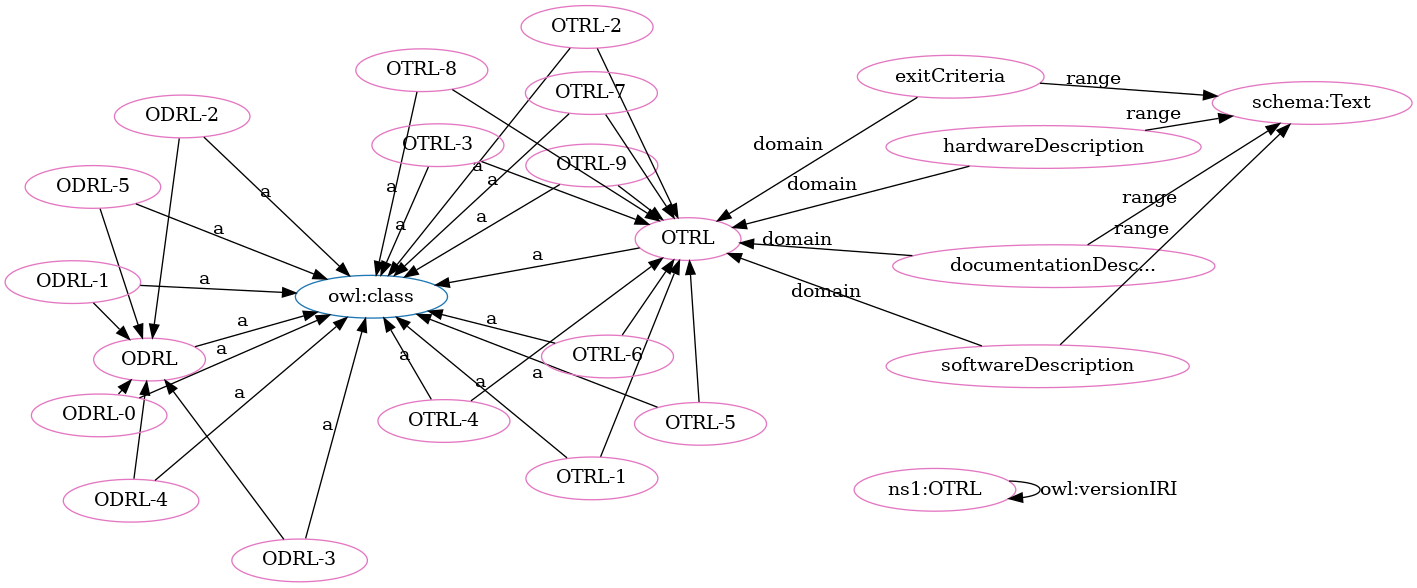
Earlier version of the Graphviz export OTRL-clean.png (OPEN-NEXT/OKH-LOSH). Its source is kept beside it as OTRL-clean.dot.
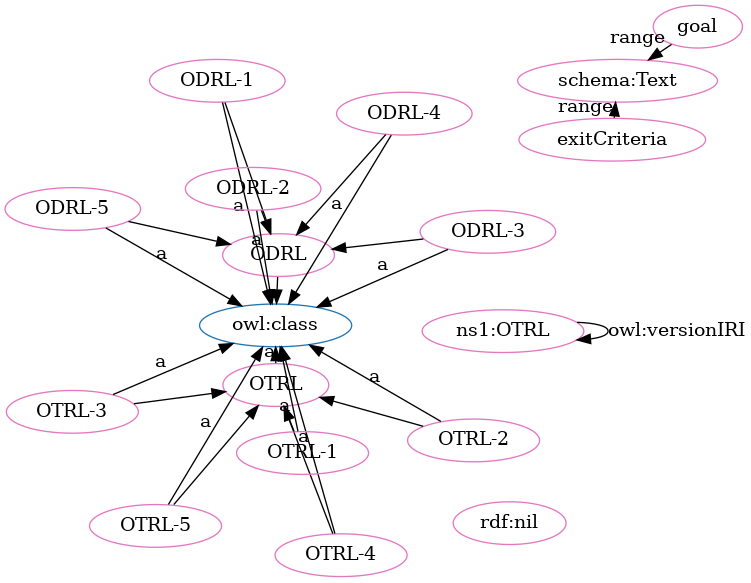
The same diagram one commit later.

What changed in the source:
```diff
@@ -1,71 +1,49 @@
 digraph G {
   rankdir=BT
   node[height=.3]
+"http://www.w3.org/2002/07/owl#class" [fillcolor="#1f77b4" color="#1f77b4" label="owl:class"]
 "http://purl.org/oseg/ontologies/OTRL#ODRL" [fillcolor="#1f77b4" color="#1f77b4" label="ODRL"]
-"http://www.w3.org/2002/07/owl#class" [fillcolor="#1f77b4" color="#1f77b4" label="owl:class"]
 "http://purl.org/oseg/ontologies/OTRL#OTRL" [fillcolor="#1f77b4" color="#1f77b4" label="OTRL"]
-"http://purl.org/oseg/ontologies/OTRL#OTRL-9" [fillcolor="#e377c2" color="#e377c2" label="OTRL-9"]
-"http://purl.org/oseg/ontologies/OTRL#OTRL-8" [fillcolor="#e377c2" color="#e377c2" label="OTRL-8"]
+"http://schema.org/Text" [fillcolor="#e377c2" color="#e377c2" label="schema:Text"]
 "http://purl.org/oseg/ontologies/OTRL#OTRL" [fillcolor="#e377c2" color="#e377c2" label="OTRL"]
+"http://purl.org/oseg/ontologies/OTRL#ODRL" [fillcolor="#e377c2" color="#e377c2" label="ODRL"]
+"http://purl.org/oseg/ontologies/OTRL#goal" [fillcolor="#e377c2" color="#e377c2" label="goal"]
+"http://purl.org/oseg/ontologies/OTRL#ODRL-1" [fillcolor="#e377c2" color="#e377c2" label="ODRL-1"]
+"http://purl.org/oseg/ontologies/OTRL" [fillcolor="#e377c2" color="#e377c2" label="ns1:OTRL"]
+"http://purl.org/oseg/ontologies/OTRL#OTRL-2" [fillcolor="#e377c2" color="#e377c2" label="OTRL-2"]
+"http://purl.org/oseg/ontologies/OTRL#ODRL-2" [fillcolor="#e377c2" color="#e377c2" label="ODRL-2"]
+"http://purl.org/oseg/ontologies/OTRL#OTRL-5" [fillcolor="#e377c2" color="#e377c2" label="OTRL-5"]
+"http://www.w3.org/1999/02/22-rdf-syntax-ns#nil" [fillcolor="#e377c2" color="#e377c2" label="rdf:nil"]
 "http://purl.org/oseg/ontologies/OTRL#OTRL-4" [fillcolor="#e377c2" color="#e377c2" label="OTRL-4"]
-"http://schema.org/Text" [fillcolor="#e377c2" color="#e377c2" label="schema:Text"]
-"http://purl.org/oseg/ontologies/OTRL#hardwareDescription" [fillcolor="#e377c2" color="#e377c2" label="hardwareDescription"]
-"http://purl.org/oseg/ontologies/OTRL" [fillcolor="#e377c2" color="#e377c2" label="ns1:OTRL"]
-"http://purl.org/oseg/ontologies/OTRL#ODRL" [fillcolor="#e377c2" color="#e377c2" label="ODRL"]
 "http://purl.org/oseg/ontologies/OTRL#ODRL-5" [fillcolor="#e377c2" color="#e377c2" label="ODRL-5"]
+"http://purl.org/oseg/ontologies/OTRL#OTRL-1" [fillcolor="#e377c2" color="#e377c2" label="OTRL-1"]
 "http://purl.org/oseg/ontologies/OTRL#ODRL-3" [fillcolor="#e377c2" color="#e377c2" label="ODRL-3"]
-"http://purl.org/oseg/ontologies/OTRL#documentationDescription" [fillcolor="#e377c2" color="#e377c2" label="documentationDesc..."]
-"http://purl.org/oseg/ontologies/OTRL#OTRL-1" [fillcolor="#e377c2" color="#e377c2" label="OTRL-1"]
-"http://purl.org/oseg/ontologies/OTRL#OTRL-2" [fillcolor="#e377c2" color="#e377c2" label="OTRL-2"]
+"http://purl.org/oseg/ontologies/OTRL#OTRL-3" [fillcolor="#e377c2" color="#e377c2" label="OTRL-3"]
+"http://purl.org/oseg/ontologies/OTRL#ODRL-4" [fillcolor="#e377c2" color="#e377c2" label="ODRL-4"]
 "http://purl.org/oseg/ontologies/OTRL#exitCriteria" [fillcolor="#e377c2" color="#e377c2" label="exitCriteria"]
-"http://purl.org/oseg/ontologies/OTRL#ODRL-1" [fillcolor="#e377c2" color="#e377c2" label="ODRL-1"]
-"http://purl.org/oseg/ontologies/OTRL#OTRL-5" [fillcolor="#e377c2" color="#e377c2" label="OTRL-5"]
-"http://purl.org/oseg/ontologies/OTRL#ODRL-4" [fillcolor="#e377c2" color="#e377c2" label="ODRL-4"]
-"http://purl.org/oseg/ontologies/OTRL#ODRL-2" [fillcolor="#e377c2" color="#e377c2" label="ODRL-2"]
-"http://purl.org/oseg/ontologies/OTRL#OTRL-3" [fillcolor="#e377c2" color="#e377c2" label="OTRL-3"]
-"http://purl.org/oseg/ontologies/OTRL#OTRL-6" [fillcolor="#e377c2" color="#e377c2" label="OTRL-6"]
-"http://purl.org/oseg/ontologies/OTRL#softwareDescription" [fillcolor="#e377c2" color="#e377c2" label="softwareDescription"]
-"http://purl.org/oseg/ontologies/OTRL#ODRL-0" [fillcolor="#e377c2" color="#e377c2" label="ODRL-0"]
-"http://purl.org/oseg/ontologies/OTRL#OTRL-7" [fillcolor="#e377c2" color="#e377c2" label="OTRL-7"]
-  "http://purl.org/oseg/ontologies/OTRL#OTRL-9" -> "http://www.w3.org/2002/07/owl#class" [label="a"]
+  "http://purl.org/oseg/ontologies/OTRL#OTRL" -> "http://www.w3.org/2002/07/owl#class" [label="a"]
+  "http://purl.org/oseg/ontologies/OTRL#ODRL-1" -> "http://purl.org/oseg/ontologies/OTRL#ODRL" [label=""]
+  "http://purl.org/oseg/ontologies/OTRL#ODRL-1" -> "http://www.w3.org/2002/07/owl#class" [label="a"]
+  "http://purl.org/oseg/ontologies/OTRL#ODRL-2" -> "http://www.w3.org/2002/07/owl#class" [label="a"]
+  "http://purl.org/oseg/ontologies/OTRL#OTRL-5" -> "http://www.w3.org/2002/07/owl#class" [label="a"]
+  "http://purl.org/oseg/ontologies/OTRL#OTRL-4" -> "http://www.w3.org/2002/07/owl#class" [label="a"]
+  "http://purl.org/oseg/ontologies/OTRL#ODRL-3" -> "http://purl.org/oseg/ontologies/OTRL#ODRL" [label=""]
+  "http://purl.org/oseg/ontologies/OTRL#OTRL-1" -> "http://www.w3.org/2002/07/owl#class" [label="a"]
+  "http://purl.org/oseg/ontologies/OTRL#ODRL-3" -> "http://www.w3.org/2002/07/owl#class" [label="a"]
+  "http://purl.org/oseg/ontologies/OTRL#goal" -> "http://schema.org/Text" [label="range"]
+  "http://purl.org/oseg/ontologies/OTRL#OTRL-3" -> "http://www.w3.org/2002/07/owl#class" [label="a"]
+  "http://purl.org/oseg/ontologies/OTRL#ODRL-2" -> "http://purl.org/oseg/ontologies/OTRL#ODRL" [label=""]
+  "http://purl.org/oseg/ontologies/OTRL#ODRL-4" -> "http://purl.org/oseg/ontologies/OTRL#ODRL" [label=""]
+  "http://purl.org/oseg/ontologies/OTRL#ODRL-4" -> "http://www.w3.org/2002/07/owl#class" [label="a"]
+  "http://purl.org/oseg/ontologies/OTRL#OTRL-5" -> "http://purl.org/oseg/ontologies/OTRL#OTRL" [label=""]
+  "http://purl.org/oseg/ontologies/OTRL#exitCriteria" -> "http://schema.org/Text" [label="range"]
+  "http://purl.org/oseg/ontologies/OTRL#OTRL-4" -> "http://purl.org/oseg/ontologies/OTRL#OTRL" [label=""]
+  "http://purl.org/oseg/ontologies/OTRL#ODRL-5" -> "http://purl.org/oseg/ontologies/OTRL#ODRL" [label=""]
+  "http://purl.org/oseg/ontologies/OTRL#OTRL-2" -> "http://www.w3.org/2002/07/owl#class" [label="a"]
+  "http://purl.org/oseg/ontologies/OTRL#ODRL" -> "http://www.w3.org/2002/07/owl#class" [label="a"]
+  "http://purl.org/oseg/ontologies/OTRL#OTRL-1" -> "http://purl.org/oseg/ontologies/OTRL#OTRL" [label=""]
+  "http://purl.org/oseg/ontologies/OTRL#OTRL-2" -> "http://purl.org/oseg/ontologies/OTRL#OTRL" [label=""]
   "http://purl.org/oseg/ontologies/OTRL#OTRL-3" -> "http://purl.org/oseg/ontologies/OTRL#OTRL" [label=""]
-  "http://purl.org/oseg/ontologies/OTRL#OTRL-4" -> "http://www.w3.org/2002/07/owl#class" [label="a"]
-  "http://purl.org/oseg/ontologies/OTRL#OTRL-7" -> "http://purl.org/oseg/ontologies/OTRL#OTRL" [label=""]
-  "http://purl.org/oseg/ontologies/OTRL#OTRL-4" -> "http://purl.org/oseg/ontologies/OTRL#OTRL" [label=""]
+  "http://purl.org/oseg/ontologies/OTRL" -> "http://purl.org/oseg/ontologies/OTRL" [label="owl:versionIRI"]
   "http://purl.org/oseg/ontologies/OTRL#ODRL-5" -> "http://www.w3.org/2002/07/owl#class" [label="a"]
-  "http://purl.org/oseg/ontologies/OTRL#ODRL-5" -> "http://purl.org/oseg/ontologies/OTRL#ODRL" [label=""]
-  "http://purl.org/oseg/ontologies/OTRL#ODRL-3" -> "http://purl.org/oseg/ontologies/OTRL#ODRL" [label=""]
-  "http://purl.org/oseg/ontologies/OTRL#ODRL-0" -> "http://purl.org/oseg/ontologies/OTRL#ODRL" [label=""]
-  "http://purl.org/oseg/ontologies/OTRL#OTRL-5" -> "http://purl.org/oseg/ontologies/OTRL#OTRL" [label=""]
-  "http://purl.org/oseg/ontologies/OTRL#OTRL-1" -> "http://www.w3.org/2002/07/owl#class" [label="a"]
-  "http://purl.org/oseg/ontologies/OTRL#OTRL-8" -> "http://purl.org/oseg/ontologies/OTRL#OTRL" [label=""]
-  "http://purl.org/oseg/ontologies/OTRL#ODRL-1" -> "http://www.w3.org/2002/07/owl#class" [label="a"]
-  "http://purl.org/oseg/ontologies/OTRL#OTRL-1" -> "http://purl.org/oseg/ontologies/OTRL#OTRL" [label=""]
-  "http://purl.org/oseg/ontologies/OTRL#OTRL-5" -> "http://www.w3.org/2002/07/owl#class" [label="a"]
-  "http://purl.org/oseg/ontologies/OTRL#ODRL-2" -> "http://www.w3.org/2002/07/owl#class" [label="a"]
-  "http://purl.org/oseg/ontologies/OTRL#exitCriteria" -> "http://schema.org/Text" [label="range"]
-  "http://purl.org/oseg/ontologies/OTRL#ODRL-0" -> "http://www.w3.org/2002/07/owl#class" [label="a"]
-  "http://purl.org/oseg/ontologies/OTRL#hardwareDescription" -> "http://purl.org/oseg/ontologies/OTRL#OTRL" [label="domain"]
-  "http://purl.org/oseg/ontologies/OTRL#exitCriteria" -> "http://purl.org/oseg/ontologies/OTRL#OTRL" [label="domain"]
-  "http://purl.org/oseg/ontologies/OTRL#OTRL-8" -> "http://www.w3.org/2002/07/owl#class" [label="a"]
-  "http://purl.org/oseg/ontologies/OTRL#softwareDescription" -> "http://schema.org/Text" [label="range"]
-  "http://purl.org/oseg/ontologies/OTRL#softwareDescription" -> "http://purl.org/oseg/ontologies/OTRL#OTRL" [label="domain"]
-  "http://purl.org/oseg/ontologies/OTRL#documentationDescription" -> "http://schema.org/Text" [label="range"]
-  "http://purl.org/oseg/ontologies/OTRL" -> "http://purl.org/oseg/ontologies/OTRL" [label="owl:versionIRI"]
-  "http://purl.org/oseg/ontologies/OTRL#ODRL" -> "http://www.w3.org/2002/07/owl#class" [label="a"]
-  "http://purl.org/oseg/ontologies/OTRL#documentationDescription" -> "http://purl.org/oseg/ontologies/OTRL#OTRL" [label="domain"]
-  "http://purl.org/oseg/ontologies/OTRL#OTRL" -> "http://www.w3.org/2002/07/owl#class" [label="a"]
-  "http://purl.org/oseg/ontologies/OTRL#ODRL-4" -> "http://purl.org/oseg/ontologies/OTRL#ODRL" [label=""]
-  "http://purl.org/oseg/ontologies/OTRL#hardwareDescription" -> "http://schema.org/Text" [label="range"]
-  "http://purl.org/oseg/ontologies/OTRL#ODRL-3" -> "http://www.w3.org/2002/07/owl#class" [label="a"]
-  "http://purl.org/oseg/ontologies/OTRL#OTRL-6" -> "http://purl.org/oseg/ontologies/OTRL#OTRL" [label=""]
-  "http://purl.org/oseg/ontologies/OTRL#OTRL-9" -> "http://purl.org/oseg/ontologies/OTRL#OTRL" [label=""]
-  "http://purl.org/oseg/ontologies/OTRL#OTRL-2" -> "http://www.w3.org/2002/07/owl#class" [label="a"]
-  "http://purl.org/oseg/ontologies/OTRL#ODRL-1" -> "http://purl.org/oseg/ontologies/OTRL#ODRL" [label=""]
-  "http://purl.org/oseg/ontologies/OTRL#ODRL-2" -> "http://purl.org/oseg/ontologies/OTRL#ODRL" [label=""]
-  "http://purl.org/oseg/ontologies/OTRL#ODRL-4" -> "http://www.w3.org/2002/07/owl#class" [label="a"]
-  "http://purl.org/oseg/ontologies/OTRL#OTRL-3" -> "http://www.w3.org/2002/07/owl#class" [label="a"]
-  "http://purl.org/oseg/ontologies/OTRL#OTRL-2" -> "http://purl.org/oseg/ontologies/OTRL#OTRL" [label=""]
-  "http://purl.org/oseg/ontologies/OTRL#OTRL-6" -> "http://www.w3.org/2002/07/owl#class" [label="a"]
-  "http://purl.org/oseg/ontologies/OTRL#OTRL-7" -> "http://www.w3.org/2002/07/owl#class" [label="a"]
 }
```
